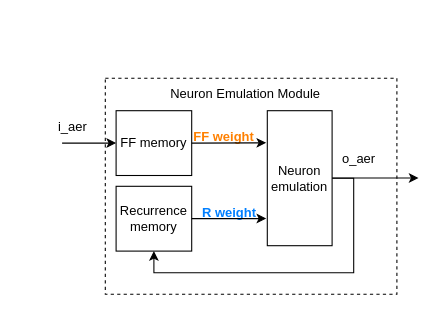
This is rec_module.drawio from AurelieSa/draw_io, a draw.io file, before an edit. Source tidied: cells renumbered, new cells numbered last; positions are measured from the earlier drawing's top-left corner, leaving out a move shared by most shapes. Both pictures are drawn from the tidied source at 108%, with x=0, y=0 at pixel (40, 78).
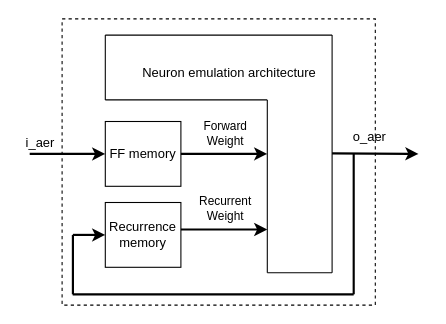
After the change.

Diff of the diagram source:
```diff
@@
     <mxCell id="2" style="rounded=0;whiteSpace=wrap;html=1;fillColor=none;dashed=1;" parent="1" vertex="1">
-      <mxGeometry x="60" width="270" height="200" as="geometry" />
+      <mxGeometry x="20" y="-55" width="290" height="265" as="geometry" />
     </mxCell>
     <mxCell id="3" value="FF memory" style="rounded=0;whiteSpace=wrap;html=1;" parent="1" vertex="1">
-      <mxGeometry x="70" y="30" width="70" height="60" as="geometry" />
+      <mxGeometry x="60" y="40" width="70" height="60" as="geometry" />
     </mxCell>
-    <mxCell id="4" style="edgeStyle=orthogonalEdgeStyle;rounded=0;jettySize=auto;html=1;exitX=1;exitY=0.5;exitDx=0;exitDy=0;entryX=0.5;entryY=1;entryDx=0;entryDy=0;" parent="1" edge="1" source="5" target="6">
-      <mxGeometry relative="1" as="geometry">
-        <Array as="points">
-          <mxPoint x="290" y="93" />
-          <mxPoint x="290" y="180" />
-          <mxPoint x="105" y="180" />
-        </Array>
-      </mxGeometry>
-    </mxCell>
-    <mxCell id="5" value="Neuron emulation" style="rounded=0;whiteSpace=wrap;html=1;" parent="1" vertex="1">
-      <mxGeometry x="210" y="30" width="60" height="125" as="geometry" />
-    </mxCell>
     <mxCell id="6" value="&lt;div&gt;Recurrence&lt;/div&gt;&lt;div&gt;memory&lt;br&gt;&lt;/div&gt;" style="rounded=0;whiteSpace=wrap;html=1;" parent="1" vertex="1">
-      <mxGeometry x="70" y="100" width="70" height="60" as="geometry" />
+      <mxGeometry x="60" y="115" width="70" height="60" as="geometry" />
     </mxCell>
-    <mxCell id="7" style="endArrow=classic;html=1;rounded=0;entryX=0;entryY=0.5;entryDx=0;entryDy=0;" parent="1" edge="1" target="3">
+    <mxCell id="7" style="endArrow=classic;html=1;rounded=0;entryX=0;entryY=0.5;entryDx=0;entryDy=0;strokeWidth=2;" parent="1" edge="1" target="3">
       <mxGeometry relative="1" as="geometry">
-        <mxPoint x="20" y="60" as="sourcePoint" />
+        <mxPoint x="-10" y="70" as="sourcePoint" />
       </mxGeometry>
     </mxCell>
     <mxCell id="8" value="i_aer" style="text;html=1;align=center;verticalAlign=middle;whiteSpace=wrap;rounded=0;" parent="1" vertex="1">
-      <mxGeometry y="30" width="60" height="30" as="geometry" />
+      <mxGeometry x="-20" y="50" width="40" height="20" as="geometry" />
     </mxCell>
     <mxCell id="9" value="o_aer" style="text;html=1;align=center;verticalAlign=middle;whiteSpace=wrap;rounded=0;" parent="1" vertex="1">
-      <mxGeometry x="280" y="70" width="30" height="10" as="geometry" />
+      <mxGeometry x="290" y="50" width="30" height="10" as="geometry" />
     </mxCell>
-    <mxCell id="10" value="&lt;b&gt;&lt;span style=&quot;color: rgb(255, 128, 0);&quot;&gt;FF weight&lt;/span&gt;&lt;/b&gt;" style="text;html=1;align=center;verticalAlign=middle;whiteSpace=wrap;rounded=0;" parent="1" vertex="1">
-      <mxGeometry x="140" y="50" width="60" height="10" as="geometry" />
-    </mxCell>
-    <mxCell id="11" value="&lt;b&gt;&lt;span style=&quot;color: rgb(0, 127, 255);&quot;&gt;R weight&lt;br&gt;&lt;/span&gt;&lt;/b&gt;" style="text;html=1;align=center;verticalAlign=middle;whiteSpace=wrap;rounded=0;" parent="1" vertex="1">
-      <mxGeometry x="145" y="120" width="60" height="10" as="geometry" />
-    </mxCell>
-    <mxCell id="12" style="endArrow=classic;html=1;rounded=0;entryX=-0.017;entryY=0.238;entryDx=0;entryDy=0;entryPerimeter=0;" parent="1" edge="1" target="5">
-      <mxGeometry relative="1" as="geometry">
-        <mxPoint x="140" y="60" as="sourcePoint" />
-      </mxGeometry>
-    </mxCell>
-    <mxCell id="13" style="endArrow=classic;html=1;rounded=0;entryX=-0.017;entryY=0.238;entryDx=0;entryDy=0;entryPerimeter=0;" parent="1" edge="1">
-      <mxGeometry relative="1" as="geometry">
-        <mxPoint x="140" y="129.9" as="sourcePoint" />
-        <mxPoint x="209" y="129.9" as="targetPoint" />
-      </mxGeometry>
-    </mxCell>
-    <mxCell id="14" style="endArrow=classic;html=1;rounded=0;" parent="1" edge="1">
-      <mxGeometry relative="1" as="geometry">
-        <mxPoint x="270" y="92.3" as="sourcePoint" />
-        <mxPoint x="350" y="92.3" as="targetPoint" />
-      </mxGeometry>
-    </mxCell>
-    <mxCell id="15" value="Neuron Emulation Module" style="text;html=1;align=center;verticalAlign=middle;whiteSpace=wrap;rounded=0;" parent="1" vertex="1">
-      <mxGeometry x="110" width="160" height="30" as="geometry" />
-    </mxCell>
+    <mxCell id="16" style="endArrow=none;html=1;rounded=0;" parent="1" edge="1">
+      <mxGeometry relative="1" as="geometry">
+        <mxPoint x="60" y="20" as="sourcePoint" />
+        <mxPoint x="210" y="20" as="targetPoint" />
+      </mxGeometry>
+    </mxCell>
+    <mxCell id="17" style="endArrow=none;html=1;rounded=0;" parent="1" edge="1">
+      <mxGeometry relative="1" as="geometry">
+        <mxPoint x="60" y="-40" as="sourcePoint" />
+        <mxPoint x="270" y="-40" as="targetPoint" />
+      </mxGeometry>
+    </mxCell>
+    <mxCell id="18" style="endArrow=none;html=1;rounded=0;" parent="1" edge="1">
+      <mxGeometry relative="1" as="geometry">
+        <mxPoint x="210" y="180" as="sourcePoint" />
+        <mxPoint x="210" y="20" as="targetPoint" />
+      </mxGeometry>
+    </mxCell>
+    <mxCell id="19" style="endArrow=none;html=1;rounded=0;" parent="1" edge="1">
+      <mxGeometry relative="1" as="geometry">
+        <mxPoint x="270" y="180" as="sourcePoint" />
+        <mxPoint x="270" y="-40" as="targetPoint" />
+      </mxGeometry>
+    </mxCell>
+    <mxCell id="20" value="Neuron emulation architecture" style="text;html=1;align=center;verticalAlign=middle;whiteSpace=wrap;rounded=0;" parent="1" vertex="1">
+      <mxGeometry x="90" y="-20" width="170" height="30" as="geometry" />
+    </mxCell>
+    <mxCell id="21" style="endArrow=none;html=1;rounded=0;" parent="1" edge="1">
+      <mxGeometry relative="1" as="geometry">
+        <mxPoint x="60" y="20" as="sourcePoint" />
+        <mxPoint x="60" y="-40" as="targetPoint" />
+      </mxGeometry>
+    </mxCell>
+    <mxCell id="22" style="endArrow=none;html=1;rounded=0;" parent="1" edge="1">
+      <mxGeometry relative="1" as="geometry">
+        <mxPoint x="270" y="180" as="sourcePoint" />
+        <mxPoint x="210" y="180" as="targetPoint" />
+      </mxGeometry>
+    </mxCell>
+    <mxCell id="23" style="endArrow=classic;html=1;rounded=0;strokeWidth=2;" parent="1" edge="1">
+      <mxGeometry relative="1" as="geometry">
+        <mxPoint x="130" y="70" as="sourcePoint" />
+        <mxPoint x="210" y="70" as="targetPoint" />
+      </mxGeometry>
+    </mxCell>
+    <mxCell id="24" value="&lt;div&gt;Forward&lt;/div&gt;&lt;div&gt;Weight&lt;/div&gt;" style="edgeLabel;html=1;align=center;verticalAlign=middle;" parent="23" vertex="1">
+      <mxGeometry x="-0.23" relative="1" as="geometry">
+        <mxPoint x="9" y="-20" as="offset" />
+      </mxGeometry>
+    </mxCell>
+    <mxCell id="25" style="endArrow=classic;html=1;rounded=0;strokeWidth=2;" parent="1" edge="1">
+      <mxGeometry relative="1" as="geometry">
+        <mxPoint x="130" y="140" as="sourcePoint" />
+        <mxPoint x="210" y="140" as="targetPoint" />
+      </mxGeometry>
+    </mxCell>
+    <mxCell id="26" value="&lt;div&gt;Recurrent&lt;/div&gt;&lt;div&gt;Weight&lt;/div&gt;" style="edgeLabel;html=1;align=center;verticalAlign=middle;" parent="25" vertex="1">
+      <mxGeometry x="-0.23" relative="1" as="geometry">
+        <mxPoint x="9" y="-20" as="offset" />
+      </mxGeometry>
+    </mxCell>
+    <mxCell id="27" style="endArrow=classic;html=1;rounded=0;strokeWidth=2;" parent="1" edge="1">
+      <mxGeometry relative="1" as="geometry">
+        <mxPoint x="30" y="145" as="sourcePoint" />
+        <mxPoint x="60" y="145" as="targetPoint" />
+      </mxGeometry>
+    </mxCell>
+    <mxCell id="28" style="endArrow=none;html=1;rounded=0;strokeWidth=2;" parent="1" edge="1">
+      <mxGeometry relative="1" as="geometry">
+        <mxPoint x="30" y="200" as="sourcePoint" />
+        <mxPoint x="30" y="145" as="targetPoint" />
+      </mxGeometry>
+    </mxCell>
+    <mxCell id="29" style="endArrow=none;html=1;rounded=0;strokeWidth=2;" parent="1" edge="1">
+      <mxGeometry relative="1" as="geometry">
+        <mxPoint x="290" y="200" as="sourcePoint" />
+        <mxPoint x="29.8" y="200" as="targetPoint" />
+      </mxGeometry>
+    </mxCell>
+    <mxCell id="30" style="endArrow=none;html=1;rounded=0;strokeWidth=2;" parent="1" edge="1">
+      <mxGeometry relative="1" as="geometry">
+        <mxPoint x="290" y="200" as="sourcePoint" />
+        <mxPoint x="290" y="70" as="targetPoint" />
+      </mxGeometry>
+    </mxCell>
+    <mxCell id="31" style="endArrow=none;html=1;rounded=0;strokeWidth=2;startArrow=classic;startFill=1;" parent="1" edge="1">
+      <mxGeometry relative="1" as="geometry">
+        <mxPoint x="350" y="70" as="sourcePoint" />
+        <mxPoint x="270" y="69.5" as="targetPoint" />
+      </mxGeometry>
+    </mxCell>
```
